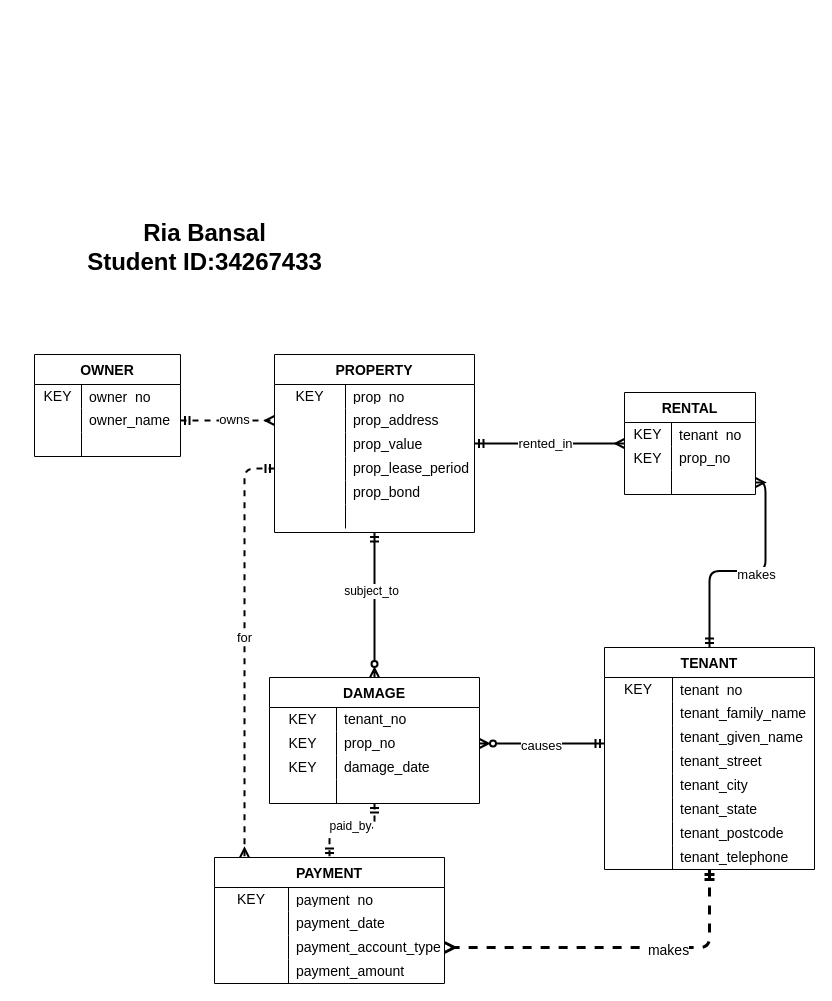
The draw.io diagram Applied/App02/prs_conceptual.drawio in riabansal27/databases-project, before the edit. Source tidied: cells renumbered, new cells numbered last; positions are measured from the earlier drawing's top-left corner, leaving out a move shared by most shapes. Both pictures are drawn from the tidied source at 100%, with x=0, y=0 at pixel (34, 207).
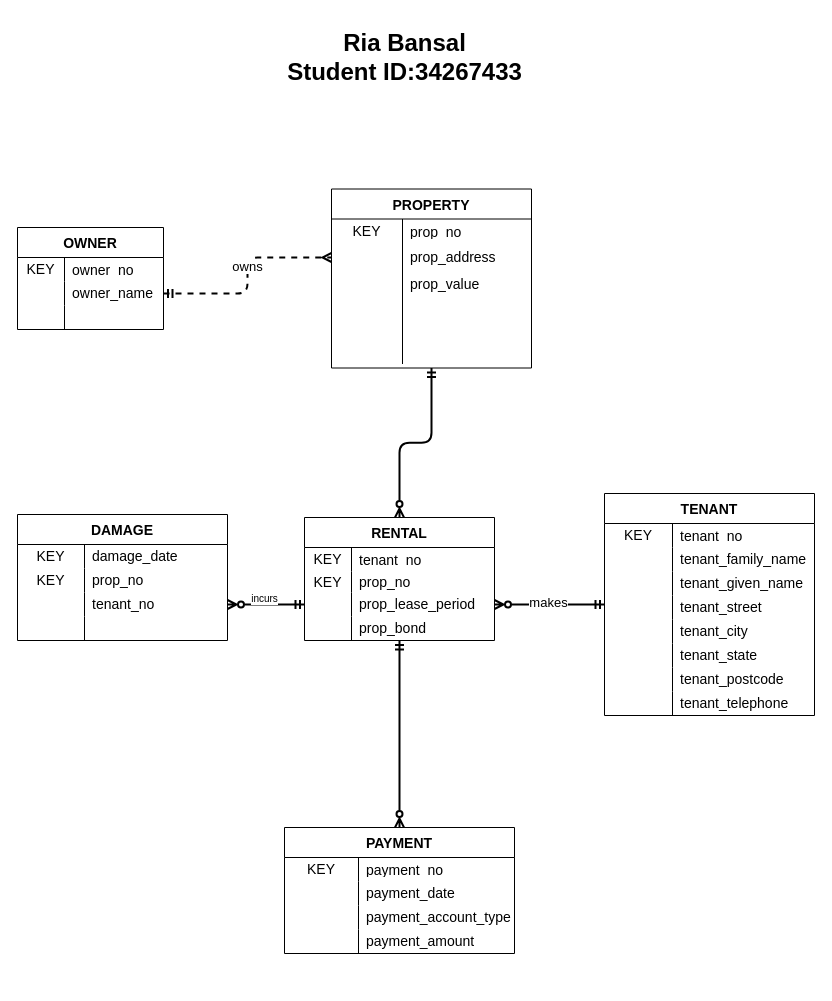
Above is the later version.

Commit message (it also covers changes not shown here):
fixing the missing relationships

The change refers to these unchanged cells:
```xml
<mxCell id="19" style="shape=tableRow;horizontal=0;startSize=0;swimlaneHead=0;swimlaneBody=0;top=0;left=0;bottom=0;right=0;fillColor=none;points=[[0,0.5],[1,0.5]];portConstraint=eastwest;strokeColor=inherit;fontSize=16;" parent="12" vertex="1">
  <mxGeometry y="78" width="230" height="24" as="geometry" />
</mxCell>
<mxCell id="65" style="shape=tableRow;horizontal=0;startSize=0;swimlaneHead=0;swimlaneBody=0;top=0;left=0;bottom=0;right=0;fillColor=none;points=[[0,0.5],[1,0.5]];portConstraint=eastwest;strokeColor=inherit;fontSize=16;" parent="58" vertex="1">
  <mxGeometry y="78" width="210" height="24" as="geometry" />
</mxCell>
<mxCell id="84" style="shape=tableRow;horizontal=0;startSize=0;swimlaneHead=0;swimlaneBody=0;top=0;left=0;bottom=0;right=0;fillColor=none;strokeColor=inherit;fontSize=16;" parent="83" vertex="1">
  <mxGeometry y="30" width="210" height="24" as="geometry" />
</mxCell>
<mxCell id="87" style="shape=tableRow;horizontal=0;startSize=0;swimlaneHead=0;swimlaneBody=0;top=0;left=0;bottom=0;right=0;fillColor=none;points=[[0,0.5],[1,0.5]];portConstraint=eastwest;strokeColor=inherit;fontSize=16;" parent="83" vertex="1">
  <mxGeometry y="54" width="210" height="24" as="geometry" />
</mxCell>
<mxCell id="90" style="shape=tableRow;horizontal=0;startSize=0;swimlaneHead=0;swimlaneBody=0;top=0;left=0;bottom=0;right=0;fillColor=none;points=[[0,0.5],[1,0.5]];portConstraint=eastwest;strokeColor=inherit;fontSize=16;" parent="83" vertex="1">
  <mxGeometry y="78" width="210" height="24" as="geometry" />
</mxCell>
```

What changed in the source:
```diff
@@
     <mxCell id="2" value="OWNER" style="shape=table;startSize=30;childLayout=tableLayout;rowLines=0;fontStyle=1;fontSize=14;strokeWidth=1;rounded=0;" parent="1" vertex="1">
-      <mxGeometry y="147" width="146" height="102" as="geometry" />
+      <mxGeometry x="-17" y="20" width="146" height="102" as="geometry" />
     </mxCell>
@@
     <mxCell id="12" value="PAYMENT" style="shape=table;startSize=30;childLayout=tableLayout;rowLines=0;fontStyle=1;fontSize=14;strokeWidth=1;rounded=0;" parent="1" vertex="1">
-      <mxGeometry x="180" y="650" width="230" height="126" as="geometry" />
+      <mxGeometry x="250" y="620" width="230" height="126" as="geometry" />
     </mxCell>
@@
-    <mxCell id="25" style="endArrow=ERmany;endFill=0;startArrow=ERmandOne;startFill=0;dashed=0;edgeStyle=orthogonalEdgeStyle;strokeWidth=2;" parent="1" edge="1" source="29" target="48">
-      <mxGeometry relative="1" as="geometry" />
-    </mxCell>
-    <mxCell id="26" value="rented_in" style="edgeLabel;html=1;align=center;verticalAlign=middle;fontSize=13;" parent="25" vertex="1">
-      <mxGeometry x="-0.07" y="1" relative="1" as="geometry" />
-    </mxCell>
-    <mxCell id="27" style="endArrow=ERzeroToMany;endFill=0;startArrow=ERmandOne;startFill=0;dashed=0;edgeStyle=orthogonalEdgeStyle;strokeWidth=2;" parent="1" edge="1" source="29" target="83">
-      <mxGeometry relative="1" as="geometry" />
-    </mxCell>
-    <mxCell id="28" value="subject_to" style="edgeLabel;html=1;align=center;verticalAlign=middle;fontSize=12;" parent="27" vertex="1">
-      <mxGeometry x="-0.2" y="-4" relative="1" as="geometry" />
-    </mxCell>
     <mxCell id="29" value="PROPERTY" style="shape=table;startSize=30;childLayout=tableLayout;rowLines=0;fontStyle=1;fontSize=14;strokeWidth=1;rounded=0;" parent="1" vertex="1">
-      <mxGeometry x="240" y="147" width="200" height="178" as="geometry" />
+      <mxGeometry x="297" y="-18.5" width="200" height="179" as="geometry" />
     </mxCell>
@@
     <mxCell id="33" style="shape=tableRow;horizontal=0;startSize=0;swimlaneHead=0;swimlaneBody=0;top=0;left=0;bottom=0;right=0;fillColor=none;points=[[0,0.5],[1,0.5]];portConstraint=eastwest;strokeColor=inherit;fontSize=16;" parent="29" vertex="1">
-      <mxGeometry y="54" width="200" height="24" as="geometry" />
+      <mxGeometry y="54" width="200" height="29" as="geometry" />
     </mxCell>
     <mxCell id="34" style="shape=partialRectangle;html=1;whiteSpace=wrap;fillColor=none;top=0;left=0;bottom=0;right=0;overflow=hidden;strokeColor=inherit;fontSize=14;" parent="33" vertex="1">
-      <mxGeometry width="71" height="24" as="geometry" />
+      <mxGeometry width="71" height="29" as="geometry" />
     </mxCell>
     <mxCell id="35" value="prop_address" style="shape=partialRectangle;html=1;whiteSpace=wrap;fillColor=none;top=0;left=0;bottom=0;right=0;align=left;spacingLeft=6;overflow=hidden;strokeColor=inherit;fontSize=14;" parent="33" vertex="1">
-      <mxGeometry x="71" width="129" height="24" as="geometry" />
+      <mxGeometry x="71" width="129" height="29" as="geometry" />
     </mxCell>
     <mxCell id="36" style="shape=tableRow;horizontal=0;startSize=0;swimlaneHead=0;swimlaneBody=0;top=0;left=0;bottom=0;right=0;fillColor=none;strokeColor=inherit;fontSize=16;" parent="29" vertex="1">
-      <mxGeometry y="78" width="200" height="24" as="geometry" />
+      <mxGeometry y="83" width="200" height="24" as="geometry" />
     </mxCell>
@@
     <mxCell id="39" style="shape=tableRow;horizontal=0;startSize=0;swimlaneHead=0;swimlaneBody=0;top=0;left=0;bottom=0;right=0;fillColor=none;points=[[0,0.5],[1,0.5]];portConstraint=eastwest;strokeColor=inherit;fontSize=16;" parent="29" vertex="1">
-      <mxGeometry y="102" width="200" height="24" as="geometry" />
+      <mxGeometry y="107" width="200" height="24" as="geometry" />
     </mxCell>
@@
-    <mxCell id="41" value="prop_lease_period" style="shape=partialRectangle;html=1;whiteSpace=wrap;fillColor=none;top=0;left=0;bottom=0;right=0;align=left;spacingLeft=6;overflow=hidden;strokeColor=inherit;fontSize=14;" parent="39" vertex="1">
+    <mxCell id="41" style="shape=partialRectangle;html=1;whiteSpace=wrap;fillColor=none;top=0;left=0;bottom=0;right=0;align=left;spacingLeft=6;overflow=hidden;strokeColor=inherit;fontSize=14;" parent="39" vertex="1">
       <mxGeometry x="71" width="129" height="24" as="geometry" />
     </mxCell>
     <mxCell id="42" style="shape=tableRow;horizontal=0;startSize=0;swimlaneHead=0;swimlaneBody=0;top=0;left=0;bottom=0;right=0;fillColor=none;strokeColor=inherit;fontSize=16;" parent="29" vertex="1">
-      <mxGeometry y="126" width="200" height="24" as="geometry" />
+      <mxGeometry y="131" width="200" height="24" as="geometry" />
     </mxCell>
@@
-    <mxCell id="44" value="prop_bond" style="shape=partialRectangle;html=1;whiteSpace=wrap;fillColor=none;top=0;left=0;bottom=0;right=0;align=left;spacingLeft=6;overflow=hidden;strokeColor=inherit;fontSize=14;" parent="42" vertex="1">
+    <mxCell id="44" style="shape=partialRectangle;html=1;whiteSpace=wrap;fillColor=none;top=0;left=0;bottom=0;right=0;align=left;spacingLeft=6;overflow=hidden;strokeColor=inherit;fontSize=14;" parent="42" vertex="1">
       <mxGeometry x="71" width="129" height="24" as="geometry" />
     </mxCell>
     <mxCell id="45" style="shape=tableRow;horizontal=0;startSize=0;swimlaneHead=0;swimlaneBody=0;top=0;left=0;bottom=0;right=0;fillColor=none;strokeColor=inherit;fontSize=16;" parent="29" vertex="1">
-      <mxGeometry y="150" width="200" height="24" as="geometry" />
+      <mxGeometry y="155" width="200" height="20" as="geometry" />
     </mxCell>
     <mxCell id="46" style="shape=partialRectangle;html=1;whiteSpace=wrap;fillColor=none;top=0;left=0;bottom=0;right=0;overflow=hidden;strokeColor=inherit;fontSize=14;" parent="45" vertex="1">
-      <mxGeometry width="71" height="24" as="geometry" />
+      <mxGeometry width="71" height="20" as="geometry" />
     </mxCell>
     <mxCell id="47" style="shape=partialRectangle;html=1;whiteSpace=wrap;fillColor=none;top=0;left=0;bottom=0;right=0;align=left;spacingLeft=6;overflow=hidden;strokeColor=inherit;fontSize=14;" parent="45" vertex="1">
-      <mxGeometry x="71" width="129" height="24" as="geometry" />
+      <mxGeometry x="71" width="129" height="20" as="geometry" />
     </mxCell>
+    <mxCell id="109" style="endArrow=ERzeroToMany;endFill=0;startArrow=ERmandOne;startFill=0;edgeStyle=orthogonalEdgeStyle;strokeWidth=2;" parent="1" edge="1" source="48" target="12">
+      <mxGeometry relative="1" as="geometry" />
+    </mxCell>
     <mxCell id="48" value="RENTAL" style="shape=table;startSize=30;childLayout=tableLayout;rowLines=0;fontStyle=1;fontSize=14;strokeWidth=1;rounded=0;" parent="1" vertex="1">
-      <mxGeometry x="590" y="185" width="131" height="102" as="geometry" />
+      <mxGeometry x="270" y="310" width="190" height="123" as="geometry" />
     </mxCell>
     <mxCell id="49" style="shape=tableRow;horizontal=0;startSize=0;swimlaneHead=0;swimlaneBody=0;top=0;left=0;bottom=0;right=0;fillColor=none;strokeColor=inherit;fontSize=16;" parent="48" vertex="1">
-      <mxGeometry y="30" width="131" height="24" as="geometry" />
+      <mxGeometry y="30" width="190" height="24" as="geometry" />
     </mxCell>
@@
     <mxCell id="51" value="&lt;div style=&quot;line-height: 100%;&quot;&gt;tenant_no&lt;/div&gt;" style="shape=partialRectangle;html=1;whiteSpace=wrap;fillColor=none;top=0;left=0;bottom=0;right=0;align=left;spacingLeft=6;overflow=hidden;strokeColor=inherit;fontSize=14;spacing=2;spacingBottom=0;" parent="49" vertex="1">
-      <mxGeometry x="47" width="84" height="24" as="geometry" />
+      <mxGeometry x="47" width="143" height="24" as="geometry" />
     </mxCell>
     <mxCell id="52" style="shape=tableRow;horizontal=0;startSize=0;swimlaneHead=0;swimlaneBody=0;top=0;left=0;bottom=0;right=0;fillColor=none;strokeColor=inherit;fontSize=16;" parent="48" vertex="1">
-      <mxGeometry y="54" width="131" height="24" as="geometry" />
+      <mxGeometry y="54" width="190" height="21" as="geometry" />
     </mxCell>
     <mxCell id="53" value="KEY" style="shape=partialRectangle;html=1;whiteSpace=wrap;fillColor=none;top=0;left=0;bottom=0;right=0;overflow=hidden;strokeColor=inherit;fontSize=14;" parent="52" vertex="1">
-      <mxGeometry width="47" height="24" as="geometry" />
+      <mxGeometry width="47" height="21" as="geometry" />
     </mxCell>
     <mxCell id="54" value="prop_no" style="shape=partialRectangle;html=1;whiteSpace=wrap;fillColor=none;top=0;left=0;bottom=0;right=0;align=left;spacingLeft=6;overflow=hidden;strokeColor=inherit;fontSize=14;" parent="52" vertex="1">
-      <mxGeometry x="47" width="84" height="24" as="geometry" />
+      <mxGeometry x="47" width="143" height="21" as="geometry" />
     </mxCell>
     <mxCell id="55" style="shape=tableRow;horizontal=0;startSize=0;swimlaneHead=0;swimlaneBody=0;top=0;left=0;bottom=0;right=0;fillColor=none;points=[[0,0.5],[1,0.5]];portConstraint=eastwest;strokeColor=inherit;fontSize=16;" parent="48" vertex="1">
-      <mxGeometry y="78" width="131" height="24" as="geometry" />
+      <mxGeometry y="75" width="190" height="24" as="geometry" />
     </mxCell>
@@
-    <mxCell id="57" style="shape=partialRectangle;html=1;whiteSpace=wrap;fillColor=none;top=0;left=0;bottom=0;right=0;align=left;spacingLeft=6;overflow=hidden;strokeColor=inherit;fontSize=14;" parent="55" vertex="1">
-      <mxGeometry x="47" width="84" height="24" as="geometry" />
+    <mxCell id="57" value="prop_lease_period" style="shape=partialRectangle;html=1;whiteSpace=wrap;fillColor=none;top=0;left=0;bottom=0;right=0;align=left;spacingLeft=6;overflow=hidden;strokeColor=inherit;fontSize=14;" parent="55" vertex="1">
+      <mxGeometry x="47" width="143" height="24" as="geometry" />
     </mxCell>
+    <mxCell id="110" style="shape=tableRow;horizontal=0;startSize=0;swimlaneHead=0;swimlaneBody=0;top=0;left=0;bottom=0;right=0;fillColor=none;strokeColor=inherit;fontSize=16;" parent="48" vertex="1">
+      <mxGeometry y="99" width="190" height="24" as="geometry" />
+    </mxCell>
+    <mxCell id="111" style="shape=partialRectangle;html=1;whiteSpace=wrap;fillColor=none;top=0;left=0;bottom=0;right=0;overflow=hidden;strokeColor=inherit;fontSize=14;" parent="110" vertex="1">
+      <mxGeometry width="47" height="24" as="geometry" />
+    </mxCell>
+    <mxCell id="112" value="prop_bond" style="shape=partialRectangle;html=1;whiteSpace=wrap;fillColor=none;top=0;left=0;bottom=0;right=0;align=left;spacingLeft=6;overflow=hidden;strokeColor=inherit;fontSize=14;" parent="110" vertex="1">
+      <mxGeometry x="47" width="143" height="24" as="geometry" />
+    </mxCell>
     <mxCell id="58" value="TENANT" style="shape=table;startSize=30;childLayout=tableLayout;rowLines=0;fontStyle=1;fontSize=14;strokeWidth=1;rounded=0;" parent="1" vertex="1">
-      <mxGeometry x="570" y="440" width="210" height="222" as="geometry" />
+      <mxGeometry x="570" y="286" width="210" height="222" as="geometry" />
     </mxCell>
@@
     <mxCell id="83" value="DAMAGE" style="shape=table;startSize=30;childLayout=tableLayout;rowLines=0;fontStyle=1;fontSize=14;strokeWidth=1;rounded=0;" parent="1" vertex="1">
-      <mxGeometry x="235" y="470" width="210" height="126" as="geometry" />
+      <mxGeometry x="-17" y="307" width="210" height="126" as="geometry" />
     </mxCell>
@@
-    <mxCell id="86" value="tenant_no" style="shape=partialRectangle;html=1;whiteSpace=wrap;fillColor=none;top=0;left=0;bottom=0;right=0;align=left;spacingLeft=6;overflow=hidden;strokeColor=inherit;fontSize=14;spacing=2;spacingBottom=0;" parent="84" vertex="1">
+    <mxCell id="86" value="damage_date" style="shape=partialRectangle;html=1;whiteSpace=wrap;fillColor=none;top=0;left=0;bottom=0;right=0;align=left;spacingLeft=6;overflow=hidden;strokeColor=inherit;fontSize=14;spacing=2;spacingBottom=0;" parent="84" vertex="1">
       <mxGeometry x="67" width="143" height="24" as="geometry" />
     </mxCell>
@@
-    <mxCell id="91" value="KEY" style="shape=partialRectangle;html=1;whiteSpace=wrap;fillColor=none;top=0;left=0;bottom=0;right=0;overflow=hidden;strokeColor=inherit;fontSize=14;" parent="90" vertex="1">
+    <mxCell id="91" style="shape=partialRectangle;html=1;whiteSpace=wrap;fillColor=none;top=0;left=0;bottom=0;right=0;overflow=hidden;strokeColor=inherit;fontSize=14;" parent="90" vertex="1">
       <mxGeometry width="67" height="24" as="geometry" />
     </mxCell>
-    <mxCell id="92" value="damage_date" style="shape=partialRectangle;html=1;whiteSpace=wrap;fillColor=none;top=0;left=0;bottom=0;right=0;align=left;spacingLeft=6;overflow=hidden;strokeColor=inherit;fontSize=14;" parent="90" vertex="1">
+    <mxCell id="92" value="tenant_no" style="shape=partialRectangle;html=1;whiteSpace=wrap;fillColor=none;top=0;left=0;bottom=0;right=0;align=left;spacingLeft=6;overflow=hidden;strokeColor=inherit;fontSize=14;" parent="90" vertex="1">
       <mxGeometry x="67" width="143" height="24" as="geometry" />
     </mxCell>
@@
-    <mxCell id="98" style="endArrow=ERmany;endFill=0;startArrow=ERmandOne;startFill=0;dashed=0;edgeStyle=orthogonalEdgeStyle;strokeWidth=2;" parent="1" edge="1" source="58" target="55">
+    <mxCell id="98" style="endArrow=ERzeroToMany;endFill=0;startArrow=ERmandOne;startFill=0;dashed=0;edgeStyle=orthogonalEdgeStyle;strokeWidth=2;" parent="1" edge="1" source="58" target="55">
       <mxGeometry relative="1" as="geometry" />
     </mxCell>
@@
-    <mxCell id="100" style="endArrow=ERmany;endFill=0;startArrow=ERmandOne;startFill=0;dashed=1;edgeStyle=orthogonalEdgeStyle;strokeWidth=3;" parent="1" edge="1" source="58" target="19">
-      <mxGeometry relative="1" as="geometry" />
-    </mxCell>
-    <mxCell id="101" value="makes" style="edgeLabel;html=1;align=center;verticalAlign=middle;fontSize=14;" parent="100" vertex="1">
-      <mxGeometry x="-0.3" y="2" relative="1" as="geometry" />
-    </mxCell>
     <mxCell id="102" value="Ria Bansal&lt;div&gt;Student ID:34267433&lt;/div&gt;" style="text;strokeColor=none;fillColor=none;html=1;fontSize=24;fontStyle=1;verticalAlign=middle;align=center;" parent="1" vertex="1">
-      <mxGeometry x="50" width="240" height="80" as="geometry" />
+      <mxGeometry x="250" y="-190" width="240" height="80" as="geometry" />
     </mxCell>
-    <mxCell id="103" style="endArrow=ERzeroToMany;endFill=0;startArrow=ERmandOne;startFill=0;dashed=0;edgeStyle=orthogonalEdgeStyle;strokeWidth=2;" parent="1" edge="1" source="65" target="87">
-      <mxGeometry relative="1" as="geometry">
-        <Array as="points">
-          <mxPoint x="560" y="536" />
-          <mxPoint x="560" y="536" />
-        </Array>
-      </mxGeometry>
-    </mxCell>
-    <mxCell id="104" value="causes" style="edgeLabel;html=1;align=center;verticalAlign=middle;fontSize=13;" parent="103" vertex="1">
-      <mxGeometry x="0.02" relative="1" as="geometry">
-        <mxPoint y="1" as="offset" />
-      </mxGeometry>
-    </mxCell>
-    <mxCell id="105" style="endArrow=ERmany;endFill=0;startArrow=ERmandOne;startFill=0;dashed=1;edgeStyle=orthogonalEdgeStyle;strokeWidth=2;" parent="1" edge="1" source="39" target="12">
-      <mxGeometry relative="1" as="geometry">
-        <Array as="points">
-          <mxPoint x="210" y="261" />
-        </Array>
-      </mxGeometry>
-    </mxCell>
-    <mxCell id="106" value="for" style="edgeLabel;html=1;align=center;verticalAlign=middle;fontSize=13;" parent="105" vertex="1">
-      <mxGeometry x="-0.06" y="-1" relative="1" as="geometry">
-        <mxPoint y="1" as="offset" />
-      </mxGeometry>
-    </mxCell>
-    <mxCell id="107" style="endArrow=ERmandOne;endFill=0;startArrow=ERmandOne;startFill=0;dashed=1;edgeStyle=orthogonalEdgeStyle;strokeWidth=2;" parent="1" edge="1" source="83" target="12">
-      <mxGeometry relative="1" as="geometry" />
-    </mxCell>
-    <mxCell id="108" value="paid_by" style="edgeLabel;html=1;align=center;verticalAlign=middle;fontSize=12;" parent="107" vertex="1">
-      <mxGeometry x="0.05" y="-5" relative="1" as="geometry" />
-    </mxCell>
+    <mxCell id="25" style="endArrow=ERzeroToMany;endFill=0;startArrow=ERmandOne;startFill=0;dashed=0;edgeStyle=orthogonalEdgeStyle;strokeWidth=2;" parent="1" edge="1" source="29" target="48">
+      <mxGeometry relative="1" as="geometry" />
+    </mxCell>
+    <mxCell id="113" style="endArrow=ERzeroToMany;endFill=0;startArrow=ERmandOne;startFill=0;edgeStyle=orthogonalEdgeStyle;strokeWidth=2;" parent="1" edge="1" source="55" target="90">
+      <mxGeometry relative="1" as="geometry" />
+    </mxCell>
+    <mxCell id="114" value="incurs" style="edgeLabel;html=1;align=center;verticalAlign=middle;fontSize=10;" parent="113" vertex="1">
+      <mxGeometry x="-0.33" y="-3" relative="1" as="geometry">
+        <mxPoint x="-15" y="-4" as="offset" />
+      </mxGeometry>
+    </mxCell>
```
